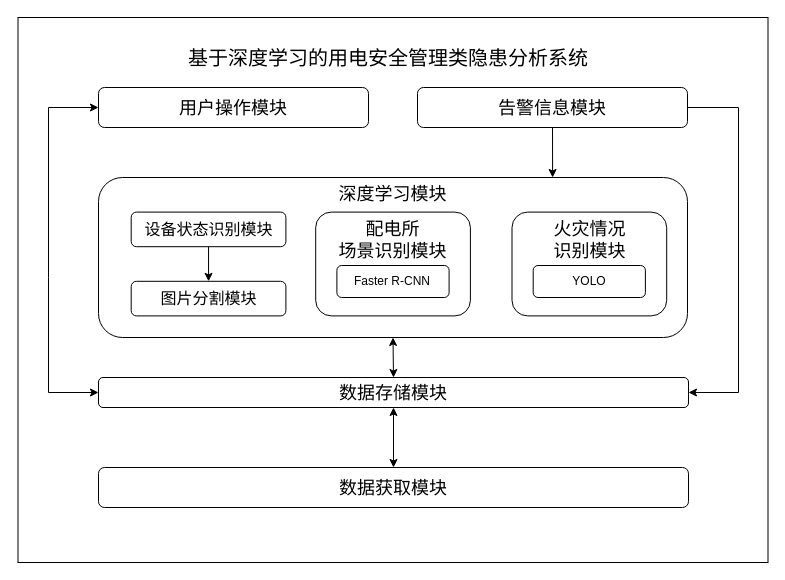
Arete-FFF/PicGo keeps this draw.io diagram as Draw.io/本科毕业设计/系统总体设计架构_调用.drawio. Above is the earlier version. Source tidied: cells renumbered, new cells numbered last; positions are measured from the earlier drawing's top-left corner, leaving out a move shared by most shapes. Both pictures are drawn from the tidied source at 100%, with x=0, y=0 at pixel (18, 17).
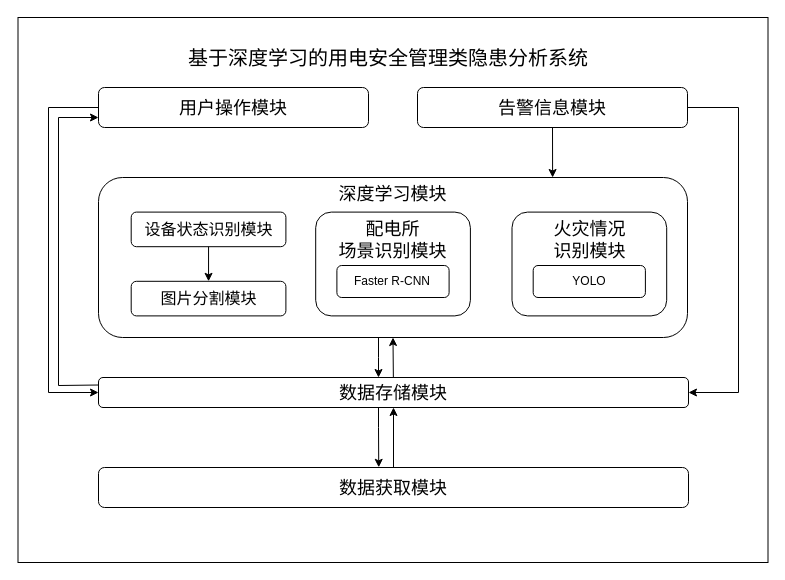
Above is the later version.

Commit message:
更新系统总体设计架构_调用.drawio

The change refers to these unchanged cells:
```xml
<mxCell id="4" value="&lt;font style=&quot;font-size: 18px;&quot;&gt;用户操作模块&lt;/font&gt;" style="rounded=1;whiteSpace=wrap;html=1;shadow=0;glass=0;strokeColor=default;fontFamily=宋体;fontSize=20;fontColor=default;fillColor=default;" parent="1" vertex="1">
  <mxGeometry x="80" y="70" width="270" height="40" as="geometry" />
</mxCell>
<mxCell id="5" value="&lt;font style=&quot;font-size: 18px;&quot;&gt;数据存储模块&lt;/font&gt;" style="rounded=1;whiteSpace=wrap;html=1;shadow=0;glass=0;strokeColor=default;fontFamily=宋体;fontSize=20;fontColor=default;fillColor=default;" parent="1" vertex="1">
  <mxGeometry x="80" y="360" width="590" height="30" as="geometry" />
</mxCell>
<mxCell id="7" value="&lt;font style=&quot;font-size: 18px;&quot;&gt;数据获取模块&lt;/font&gt;" style="rounded=1;whiteSpace=wrap;html=1;shadow=0;glass=0;strokeColor=default;fontFamily=宋体;fontSize=20;fontColor=default;fillColor=default;" parent="1" vertex="1">
  <mxGeometry x="80" y="450" width="590" height="40" as="geometry" />
</mxCell>
<mxCell id="13" value="深度学习模块" style="rounded=1;whiteSpace=wrap;html=1;shadow=0;glass=0;strokeColor=default;fontFamily=宋体;fontSize=18;fontColor=default;fillColor=default;verticalAlign=top;" parent="1" vertex="1">
  <mxGeometry x="80" y="160" width="589" height="160" as="geometry" />
</mxCell>
```

Change to the diagram source:
```diff
@@
-    <mxCell id="2" style="rounded=0;whiteSpace=wrap;html=1;glass=0;shadow=0;perimeterSpacing=0;" parent="1" vertex="1">
+    <mxCell id="2" style="rounded=0;whiteSpace=wrap;html=1;glass=0;shadow=0;perimeterSpacing=0;flipV=1;" parent="1" vertex="1">
       <mxGeometry x="-0.5" width="750" height="545" as="geometry" />
     </mxCell>
@@
-    <mxCell id="8" style="endArrow=classic;startArrow=classic;html=1;rounded=0;fontFamily=宋体;entryX=0.5;entryY=1;entryDx=0;entryDy=0;exitX=0.5;exitY=0;exitDx=0;exitDy=0;" parent="1" edge="1" source="7" target="5">
-      <mxGeometry relative="1" as="geometry" />
-    </mxCell>
-    <mxCell id="9" style="endArrow=classic;startArrow=classic;html=1;rounded=0;fontFamily=宋体;entryX=0;entryY=0.5;entryDx=0;entryDy=0;exitX=0;exitY=0.5;exitDx=0;exitDy=0;" parent="1" edge="1" source="5" target="4">
-      <mxGeometry relative="1" as="geometry">
-        <Array as="points">
-          <mxPoint x="30" y="375" />
-          <mxPoint x="30" y="260" />
-          <mxPoint x="30" y="90" />
-        </Array>
-      </mxGeometry>
-    </mxCell>
-    <mxCell id="10" style="endArrow=classic;startArrow=classic;html=1;rounded=0;fontFamily=宋体;entryX=0.5;entryY=1;entryDx=0;entryDy=0;exitX=0.5;exitY=0;exitDx=0;exitDy=0;" parent="1" edge="1" source="5" target="13">
-      <mxGeometry relative="1" as="geometry" />
-    </mxCell>
@@
+    <mxCell id="21" style="edgeStyle=orthogonalEdgeStyle;rounded=0;jettySize=auto;html=1;fontFamily=宋体;" parent="1" edge="1" source="13" target="5">
+      <mxGeometry relative="1" as="geometry">
+        <Array as="points">
+          <mxPoint x="360" y="340" />
+          <mxPoint x="360" y="340" />
+        </Array>
+      </mxGeometry>
+    </mxCell>
@@
+    <mxCell id="22" style="endArrow=classic;html=1;rounded=0;fontFamily=宋体;exitX=0;exitY=0.5;exitDx=0;exitDy=0;entryX=0;entryY=0.5;entryDx=0;entryDy=0;" parent="1" edge="1" source="4" target="5">
+      <mxGeometry relative="1" as="geometry">
+        <Array as="points">
+          <mxPoint x="30" y="90" />
+          <mxPoint x="30" y="375" />
+        </Array>
+      </mxGeometry>
+    </mxCell>
+    <mxCell id="9" style="endArrow=classic;html=1;rounded=0;fontFamily=宋体;entryX=0;entryY=0.75;entryDx=0;entryDy=0;exitX=0;exitY=0.25;exitDx=0;exitDy=0;" parent="1" edge="1" source="5" target="4">
+      <mxGeometry relative="1" as="geometry">
+        <Array as="points">
+          <mxPoint x="40" y="368" />
+          <mxPoint x="40" y="100" />
+        </Array>
+      </mxGeometry>
+    </mxCell>
+    <mxCell id="10" style="endArrow=classic;html=1;rounded=0;fontFamily=宋体;entryX=0.5;entryY=1;entryDx=0;entryDy=0;" parent="1" edge="1" source="5" target="13">
+      <mxGeometry relative="1" as="geometry" />
+    </mxCell>
+    <mxCell id="23" style="edgeStyle=orthogonalEdgeStyle;rounded=0;jettySize=auto;html=1;fontFamily=宋体;entryX=0.475;entryY=-0.005;entryDx=0;entryDy=0;entryPerimeter=0;" parent="1" edge="1" target="7">
+      <mxGeometry relative="1" as="geometry">
+        <mxPoint x="360" y="390" as="sourcePoint" />
+        <Array as="points">
+          <mxPoint x="360" y="410" />
+        </Array>
+      </mxGeometry>
+    </mxCell>
+    <mxCell id="8" style="endArrow=classic;html=1;rounded=0;fontFamily=宋体;entryX=0.5;entryY=1;entryDx=0;entryDy=0;exitX=0.5;exitY=0;exitDx=0;exitDy=0;" parent="1" edge="1" source="7" target="5">
+      <mxGeometry relative="1" as="geometry" />
+    </mxCell>
```
